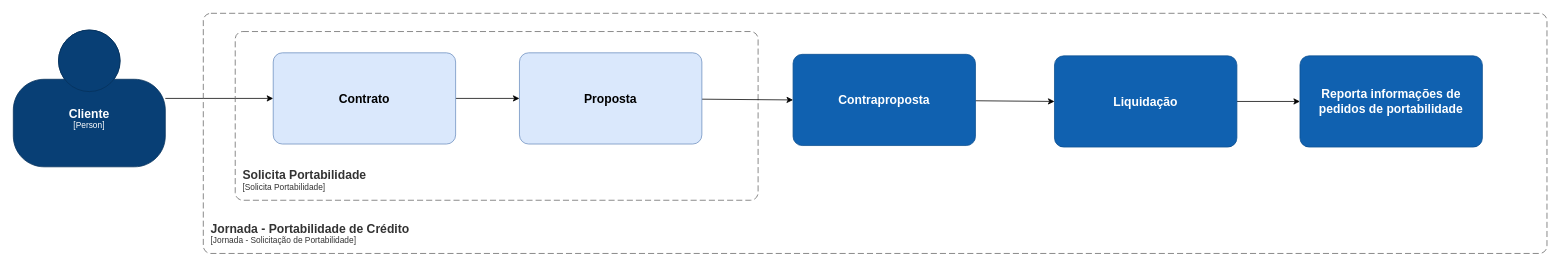
Earlier version of the draw.io diagram page "Solicita Portabilidade" (3 of 25) of portabilidade_credito.drawio (andreferreiratrindade/portabilidade_credito_draw). Source tidied: cells renumbered, new cells numbered last; positions are measured from the earlier drawing's top-left corner, leaving out a move shared by most shapes. Both pictures are drawn from the tidied source at 76%, with x=0, y=0 at pixel (13, 13).
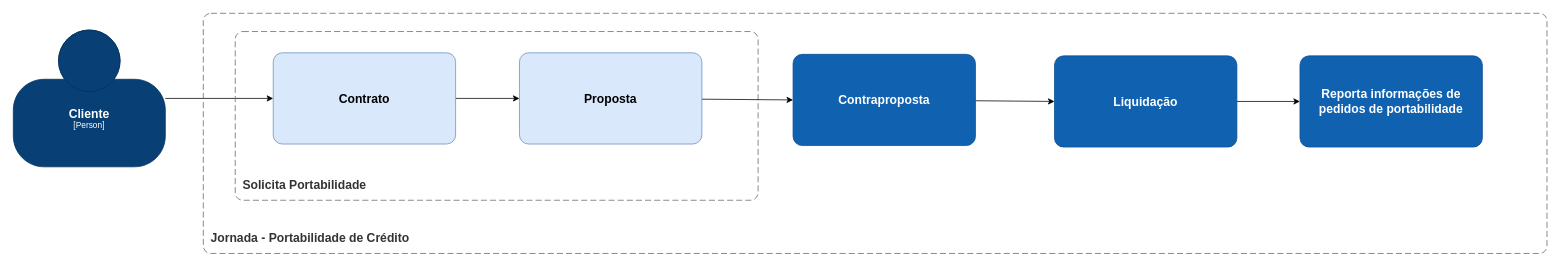
The same page after the edit.

Change to the diagram source:
```diff
@@
-    <object id="4" label="&lt;font style=&quot;font-size: 16px&quot;&gt;&lt;b&gt;&lt;div style=&quot;text-align: left&quot;&gt;%c4Name%&lt;/div&gt;&lt;/b&gt;&lt;/font&gt;&lt;div style=&quot;text-align: left&quot;&gt;[%c4Application%]&lt;/div&gt;" c4Application="Jornada - Solicitação de Portabilidade" c4Name="Jornada - Portabilidade de Crédito" placeholders="1">
+    <object id="4" label="&lt;font style=&quot;font-size: 16px&quot;&gt;&lt;b&gt;&lt;div style=&quot;text-align: left&quot;&gt;%c4Name%&lt;/div&gt;&lt;/b&gt;&lt;/font&gt;" c4Name="Jornada - Portabilidade de Crédito" placeholders="1">
       <mxCell style="rounded=1;fontSize=11;whiteSpace=wrap;html=1;dashed=1;arcSize=20;fillColor=none;strokeColor=#666666;fontColor=#333333;labelBackgroundColor=none;align=left;verticalAlign=bottom;labelBorderColor=none;spacingTop=0;spacing=10;dashPattern=8 4;perimeter=rectanglePerimeter;noLabel=0;labelPadding=0;absoluteArcSize=1;" parent="1" vertex="1">
         <mxGeometry x="250" width="1768" height="316" as="geometry" />
       </mxCell>
     </object>
@@
-    <object id="9" label="&lt;font style=&quot;font-size: 16px&quot;&gt;&lt;b&gt;&lt;div style=&quot;text-align: left&quot;&gt;%c4Name%&lt;/div&gt;&lt;/b&gt;&lt;/font&gt;&lt;div style=&quot;text-align: left&quot;&gt;[%c4Application%]&lt;/div&gt;" c4Application="Solicita Portabilidade" c4Name="Solicita Portabilidade" placeholders="1">
+    <object id="9" label="&lt;font style=&quot;font-size: 16px&quot;&gt;&lt;b&gt;&lt;div style=&quot;text-align: left&quot;&gt;%c4Name%&lt;/div&gt;&lt;/b&gt;&lt;/font&gt;" c4Name="Solicita Portabilidade" placeholders="1">
       <mxCell style="rounded=1;fontSize=11;whiteSpace=wrap;html=1;dashed=1;arcSize=20;fillColor=none;strokeColor=#666666;fontColor=#333333;labelBackgroundColor=none;align=left;verticalAlign=bottom;labelBorderColor=none;spacingTop=0;spacing=10;dashPattern=8 4;perimeter=rectanglePerimeter;noLabel=0;labelPadding=0;absoluteArcSize=1;" parent="1" vertex="1">
         <mxGeometry x="292" y="24" width="688" height="222" as="geometry" />
       </mxCell>
     </object>
```
